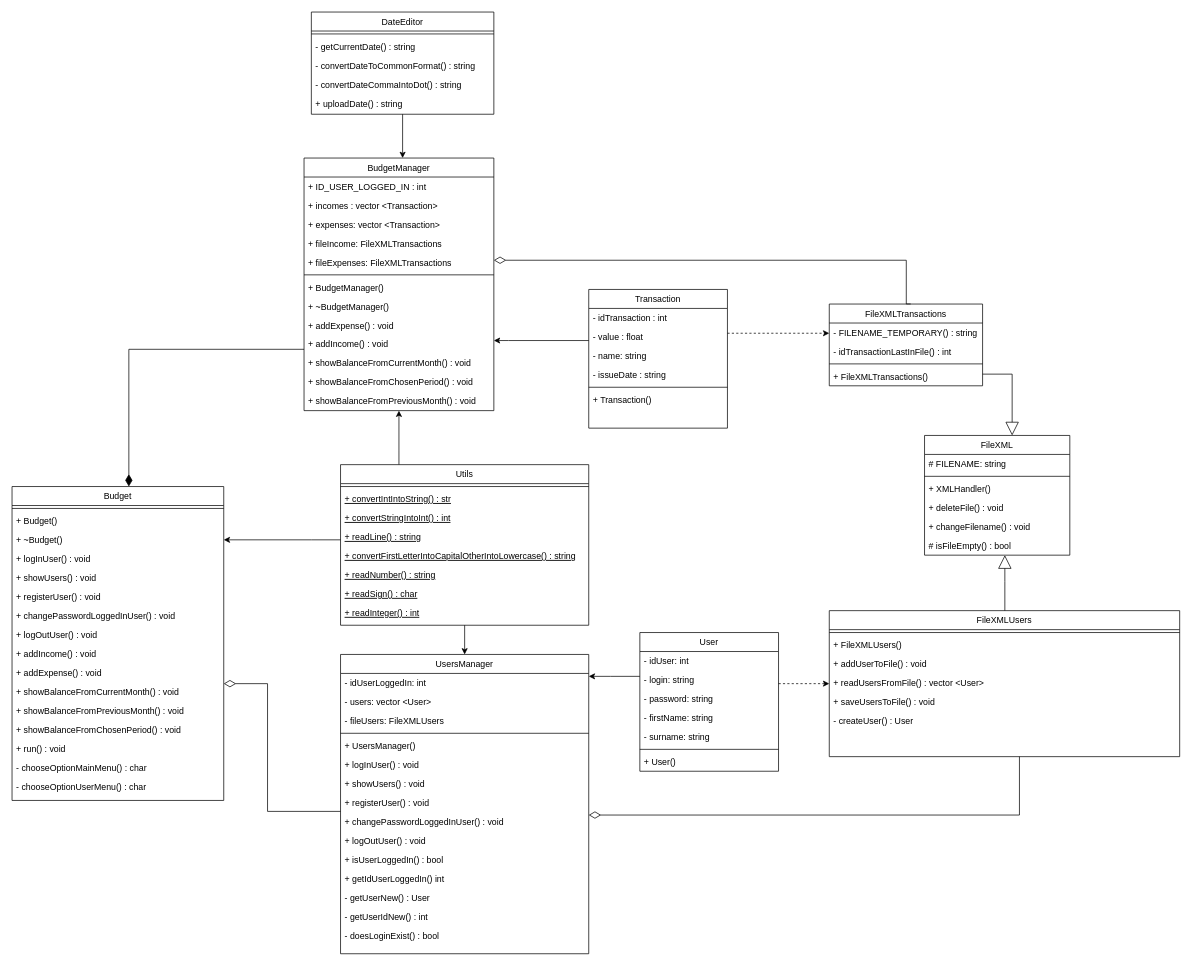
The draw.io diagram doc/uml-diagram.drawio in MichalWilczek/your-budget, before the edit. Source tidied: cells renumbered, new cells numbered last; positions are measured from the earlier drawing's top-left corner, leaving out a move shared by most shapes. Both pictures are drawn from the tidied source at 73%, with x=0, y=0 at pixel (12, 12).
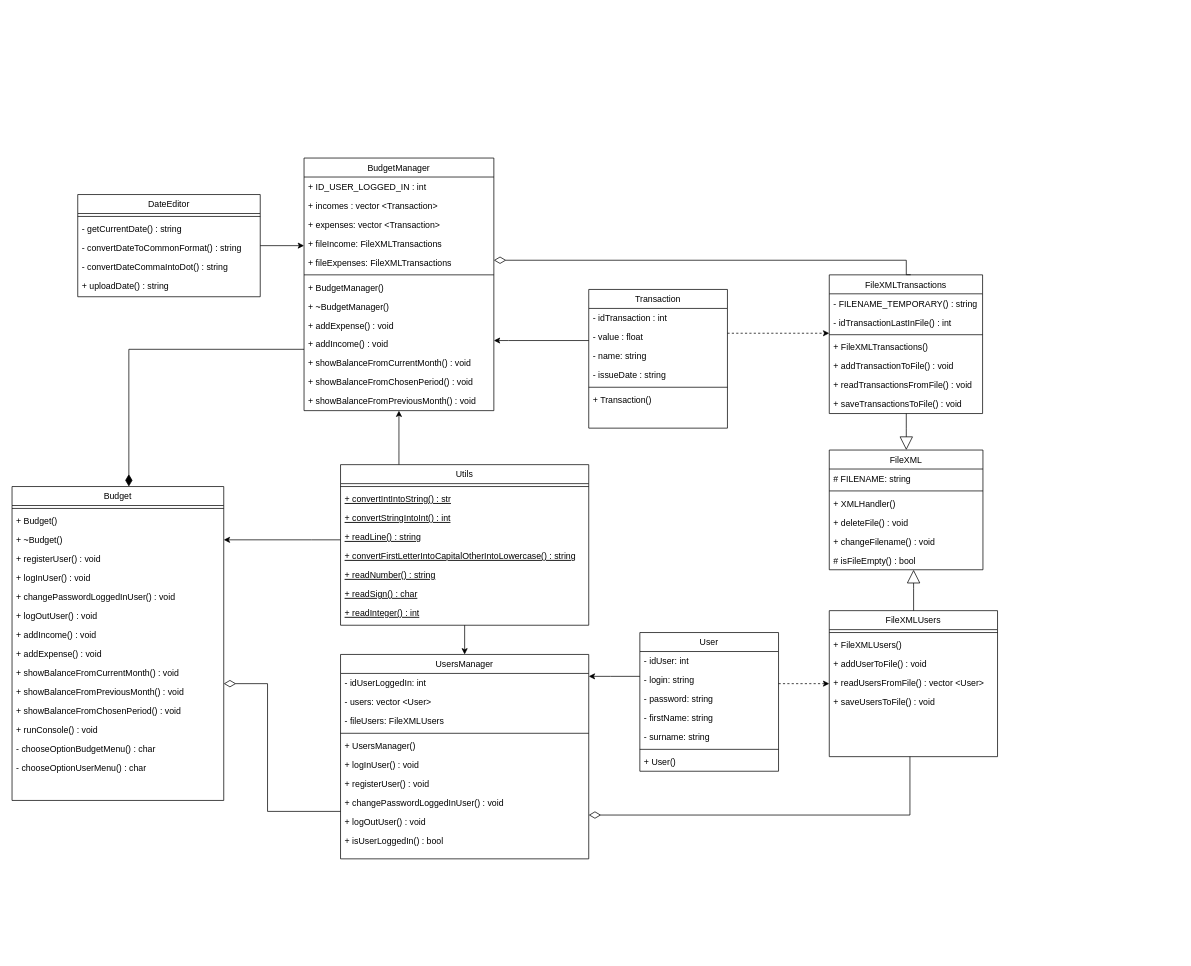
The same diagram, later.

Unchanged cells that the change refers to:
```xml
<mxCell id="56" value="Budget" style="swimlane;fontStyle=0;align=center;verticalAlign=top;horizontal=1;startSize=26;rounded=0;shadow=0;strokeWidth=1;" parent="1" vertex="1">
  <mxGeometry y="650" width="290" height="430" as="geometry" />
</mxCell>
```

Change to the diagram source:
```diff
@@
     <mxCell id="2" value="FileXMLUsers" style="swimlane;fontStyle=0;align=center;verticalAlign=top;horizontal=1;startSize=26;rounded=0;shadow=0;strokeWidth=1;" parent="1" vertex="1">
-      <mxGeometry x="1119.5" y="820" width="480" height="200" as="geometry" />
+      <mxGeometry x="1119.5" y="820" width="230.5" height="200" as="geometry" />
     </mxCell>
     <mxCell id="3" style="line;html=1;strokeWidth=1;align=left;verticalAlign=middle;spacingTop=-1;spacingLeft=3;spacingRight=3;labelPosition=right;" parent="2" vertex="1">
-      <mxGeometry y="26" width="480" height="8" as="geometry" />
+      <mxGeometry y="26" width="230.5" height="8" as="geometry" />
     </mxCell>
     <mxCell id="4" value="+ FileXMLUsers()" style="text;align=left;verticalAlign=top;spacingLeft=4;spacingRight=4;overflow=hidden;" parent="2" vertex="1">
-      <mxGeometry y="34" width="480" height="26" as="geometry" />
+      <mxGeometry y="34" width="230.5" height="26" as="geometry" />
     </mxCell>
     <mxCell id="5" value="+ addUserToFile() : void" style="text;align=left;verticalAlign=top;spacingLeft=4;spacingRight=4;overflow=hidden;" parent="2" vertex="1">
-      <mxGeometry y="60" width="480" height="26" as="geometry" />
+      <mxGeometry y="60" width="230.5" height="26" as="geometry" />
     </mxCell>
     <mxCell id="6" value="+ readUsersFromFile() : vector &lt;User&gt;" style="text;align=left;verticalAlign=top;spacingLeft=4;spacingRight=4;overflow=hidden;" parent="2" vertex="1">
-      <mxGeometry y="86" width="480" height="26" as="geometry" />
+      <mxGeometry y="86" width="230.5" height="26" as="geometry" />
     </mxCell>
     <mxCell id="7" value="+ saveUsersToFile() : void" style="text;align=left;verticalAlign=top;spacingLeft=4;spacingRight=4;overflow=hidden;" parent="2" vertex="1">
-      <mxGeometry y="112" width="480" height="26" as="geometry" />
+      <mxGeometry y="112" width="230.5" height="26" as="geometry" />
     </mxCell>
-    <mxCell id="8" value="- createUser() : User" style="text;align=left;verticalAlign=top;spacingLeft=4;spacingRight=4;overflow=hidden;" parent="2" vertex="1">
-      <mxGeometry y="138" width="480" height="26" as="geometry" />
-    </mxCell>
@@
     <mxCell id="10" style="endArrow=0;html=1;endSize=12;startArrow=diamondThin;startSize=14;startFill=0;edgeStyle=orthogonalEdgeStyle;align=left;verticalAlign=bottom;rounded=0;" parent="1" edge="1" target="2">
       <mxGeometry x="-0.68" y="-30" relative="1" as="geometry">
         <mxPoint x="790" y="1100" as="sourcePoint" />
         <Array as="points">
-          <mxPoint x="1380" y="1100" />
+          <mxPoint x="1230" y="1100" />
         </Array>
       </mxGeometry>
     </mxCell>
     <mxCell id="11" value="UsersManager" style="swimlane;fontStyle=0;align=center;verticalAlign=top;horizontal=1;startSize=26;rounded=0;shadow=0;strokeWidth=1;" parent="1" vertex="1">
-      <mxGeometry x="450" y="880" width="340" height="410" as="geometry" />
+      <mxGeometry x="450" y="880" width="340" height="280" as="geometry" />
     </mxCell>
@@
-    <mxCell id="18" value="+ showUsers() : void" style="text;align=left;verticalAlign=top;spacingLeft=4;spacingRight=4;overflow=hidden;" parent="11" vertex="1">
-      <mxGeometry y="164" width="340" height="26" as="geometry" />
-    </mxCell>
     <mxCell id="19" value="+ registerUser() : void" style="text;align=left;verticalAlign=top;spacingLeft=4;spacingRight=4;overflow=hidden;" parent="11" vertex="1">
-      <mxGeometry y="190" width="340" height="26" as="geometry" />
+      <mxGeometry y="164" width="340" height="26" as="geometry" />
     </mxCell>
     <mxCell id="20" value="+ changePasswordLoggedInUser() : void" style="text;align=left;verticalAlign=top;spacingLeft=4;spacingRight=4;overflow=hidden;" parent="11" vertex="1">
-      <mxGeometry y="216" width="340" height="26" as="geometry" />
+      <mxGeometry y="190" width="340" height="26" as="geometry" />
     </mxCell>
     <mxCell id="21" value="+ logOutUser() : void" style="text;align=left;verticalAlign=top;spacingLeft=4;spacingRight=4;overflow=hidden;" parent="11" vertex="1">
-      <mxGeometry y="242" width="340" height="26" as="geometry" />
+      <mxGeometry y="216" width="340" height="26" as="geometry" />
     </mxCell>
     <mxCell id="22" value="+ isUserLoggedIn() : bool" style="text;align=left;verticalAlign=top;spacingLeft=4;spacingRight=4;overflow=hidden;" parent="11" vertex="1">
-      <mxGeometry y="268" width="340" height="26" as="geometry" />
+      <mxGeometry y="242" width="340" height="26" as="geometry" />
     </mxCell>
-    <mxCell id="23" value="+ getIdUserLoggedIn() int" style="text;align=left;verticalAlign=top;spacingLeft=4;spacingRight=4;overflow=hidden;" parent="11" vertex="1">
-      <mxGeometry y="294" width="340" height="26" as="geometry" />
-    </mxCell>
-    <mxCell id="24" value="- getUserNew() : User" style="text;align=left;verticalAlign=top;spacingLeft=4;spacingRight=4;overflow=hidden;" parent="11" vertex="1">
-      <mxGeometry y="320" width="340" height="26" as="geometry" />
-    </mxCell>
-    <mxCell id="25" value="- getUserIdNew() : int" style="text;align=left;verticalAlign=top;spacingLeft=4;spacingRight=4;overflow=hidden;" parent="11" vertex="1">
-      <mxGeometry y="346" width="340" height="26" as="geometry" />
-    </mxCell>
-    <mxCell id="26" value="- doesLoginExist() : bool" style="text;align=left;verticalAlign=top;spacingLeft=4;spacingRight=4;overflow=hidden;" parent="11" vertex="1">
-      <mxGeometry y="372" width="340" height="26" as="geometry" />
-    </mxCell>
@@
     <mxCell id="48" value="FileXML" style="swimlane;fontStyle=0;align=center;verticalAlign=top;horizontal=1;startSize=26;rounded=0;shadow=0;strokeWidth=1;" parent="1" vertex="1">
-      <mxGeometry x="1250" y="580" width="199" height="164" as="geometry" />
+      <mxGeometry x="1119.5" y="600" width="210.5" height="164" as="geometry" />
     </mxCell>
-    <mxCell id="49" style="endArrow=block;endSize=16;endFill=0;html=1;rounded=0;edgeStyle=elbowEdgeStyle;" parent="48" edge="1" source="2">
-      <mxGeometry relative="1" as="geometry">
-        <mxPoint x="110" y="164" as="targetPoint" />
-        <Array as="points">
-          <mxPoint x="110" y="200" />
-          <mxPoint x="110" y="170" />
-          <mxPoint x="550" y="100" />
-          <mxPoint x="380" y="190" />
-        </Array>
-      </mxGeometry>
-    </mxCell>
     <mxCell id="50" value="# FILENAME: string" style="text;align=left;verticalAlign=top;spacingLeft=4;spacingRight=4;overflow=hidden;rounded=0;shadow=0;html=0;" parent="48" vertex="1">
-      <mxGeometry y="26" width="199" height="26" as="geometry" />
+      <mxGeometry y="26" width="210.5" height="26" as="geometry" />
     </mxCell>
     <mxCell id="51" style="line;html=1;strokeWidth=1;align=left;verticalAlign=middle;spacingTop=-1;spacingLeft=3;spacingRight=3;labelPosition=right;" parent="48" vertex="1">
-      <mxGeometry y="52" width="199" height="8" as="geometry" />
+      <mxGeometry y="52" width="210.5" height="8" as="geometry" />
     </mxCell>
     <mxCell id="52" value="+ XMLHandler()" style="text;align=left;verticalAlign=top;spacingLeft=4;spacingRight=4;overflow=hidden;" parent="48" vertex="1">
-      <mxGeometry y="60" width="199" height="26" as="geometry" />
+      <mxGeometry y="60" width="210.5" height="26" as="geometry" />
     </mxCell>
     <mxCell id="53" value="+ deleteFile() : void" style="text;align=left;verticalAlign=top;spacingLeft=4;spacingRight=4;overflow=hidden;" parent="48" vertex="1">
-      <mxGeometry y="86" width="199" height="26" as="geometry" />
+      <mxGeometry y="86" width="210.5" height="26" as="geometry" />
     </mxCell>
     <mxCell id="54" value="+ changeFilename() : void" style="text;align=left;verticalAlign=top;spacingLeft=4;spacingRight=4;overflow=hidden;" parent="48" vertex="1">
-      <mxGeometry y="112" width="199" height="26" as="geometry" />
+      <mxGeometry y="112" width="210.5" height="26" as="geometry" />
     </mxCell>
     <mxCell id="55" value="# isFileEmpty() : bool" style="text;align=left;verticalAlign=top;spacingLeft=4;spacingRight=4;overflow=hidden;" parent="48" vertex="1">
-      <mxGeometry y="138" width="199" height="26" as="geometry" />
+      <mxGeometry y="138" width="210.5" height="26" as="geometry" />
     </mxCell>
@@
+    <mxCell id="62" value="+ registerUser() : void" style="text;align=left;verticalAlign=top;spacingLeft=4;spacingRight=4;overflow=hidden;" parent="56" vertex="1">
+      <mxGeometry y="86" width="290" height="26" as="geometry" />
+    </mxCell>
     <mxCell id="60" value="+ logInUser() : void" style="text;align=left;verticalAlign=top;spacingLeft=4;spacingRight=4;overflow=hidden;" parent="56" vertex="1">
-      <mxGeometry y="86" width="290" height="26" as="geometry" />
+      <mxGeometry y="112" width="290" height="26" as="geometry" />
     </mxCell>
-    <mxCell id="61" value="+ showUsers() : void" style="text;align=left;verticalAlign=top;spacingLeft=4;spacingRight=4;overflow=hidden;" parent="56" vertex="1">
-      <mxGeometry y="112" width="290" height="26" as="geometry" />
-    </mxCell>
-    <mxCell id="62" value="+ registerUser() : void" style="text;align=left;verticalAlign=top;spacingLeft=4;spacingRight=4;overflow=hidden;" parent="56" vertex="1">
-      <mxGeometry y="138" width="290" height="26" as="geometry" />
-    </mxCell>
     <mxCell id="63" value="+ changePasswordLoggedInUser() : void" style="text;align=left;verticalAlign=top;spacingLeft=4;spacingRight=4;overflow=hidden;" parent="56" vertex="1">
-      <mxGeometry y="164" width="290" height="26" as="geometry" />
+      <mxGeometry y="138" width="290" height="26" as="geometry" />
     </mxCell>
     <mxCell id="64" value="+ logOutUser() : void" style="text;align=left;verticalAlign=top;spacingLeft=4;spacingRight=4;overflow=hidden;" parent="56" vertex="1">
-      <mxGeometry y="190" width="290" height="26" as="geometry" />
+      <mxGeometry y="164" width="290" height="26" as="geometry" />
     </mxCell>
     <mxCell id="65" value="+ addIncome() : void" style="text;align=left;verticalAlign=top;spacingLeft=4;spacingRight=4;overflow=hidden;" parent="56" vertex="1">
-      <mxGeometry y="216" width="290" height="26" as="geometry" />
+      <mxGeometry y="190" width="290" height="26" as="geometry" />
     </mxCell>
     <mxCell id="66" value="+ addExpense() : void" style="text;align=left;verticalAlign=top;spacingLeft=4;spacingRight=4;overflow=hidden;" parent="56" vertex="1">
-      <mxGeometry y="242" width="290" height="26" as="geometry" />
+      <mxGeometry y="216" width="290" height="26" as="geometry" />
     </mxCell>
     <mxCell id="67" value="+ showBalanceFromCurrentMonth() : void" style="text;align=left;verticalAlign=top;spacingLeft=4;spacingRight=4;overflow=hidden;" parent="56" vertex="1">
-      <mxGeometry y="268" width="290" height="26" as="geometry" />
+      <mxGeometry y="242" width="290" height="26" as="geometry" />
     </mxCell>
     <mxCell id="68" value="+ showBalanceFromPreviousMonth() : void" style="text;align=left;verticalAlign=top;spacingLeft=4;spacingRight=4;overflow=hidden;" parent="56" vertex="1">
-      <mxGeometry y="294" width="290" height="26" as="geometry" />
+      <mxGeometry y="268" width="290" height="26" as="geometry" />
     </mxCell>
     <mxCell id="69" value="+ showBalanceFromChosenPeriod() : void" style="text;align=left;verticalAlign=top;spacingLeft=4;spacingRight=4;overflow=hidden;" parent="56" vertex="1">
-      <mxGeometry y="320" width="290" height="26" as="geometry" />
+      <mxGeometry y="294" width="290" height="26" as="geometry" />
     </mxCell>
-    <mxCell id="70" value="+ run() : void" style="text;align=left;verticalAlign=top;spacingLeft=4;spacingRight=4;overflow=hidden;" parent="56" vertex="1">
-      <mxGeometry y="346" width="290" height="26" as="geometry" />
+    <mxCell id="70" value="+ runConsole() : void" style="text;align=left;verticalAlign=top;spacingLeft=4;spacingRight=4;overflow=hidden;" parent="56" vertex="1">
+      <mxGeometry y="320" width="290" height="26" as="geometry" />
     </mxCell>
-    <mxCell id="71" value="- chooseOptionMainMenu() : char" style="text;align=left;verticalAlign=top;spacingLeft=4;spacingRight=4;overflow=hidden;" parent="56" vertex="1">
-      <mxGeometry y="372" width="290" height="26" as="geometry" />
+    <mxCell id="71" value="- chooseOptionBudgetMenu() : char" style="text;align=left;verticalAlign=top;spacingLeft=4;spacingRight=4;overflow=hidden;" parent="56" vertex="1">
+      <mxGeometry y="346" width="290" height="26" as="geometry" />
     </mxCell>
     <mxCell id="72" value="- chooseOptionUserMenu() : char" style="text;align=left;verticalAlign=top;spacingLeft=4;spacingRight=4;overflow=hidden;" parent="56" vertex="1">
-      <mxGeometry y="398" width="290" height="26" as="geometry" />
+      <mxGeometry y="372" width="290" height="26" as="geometry" />
     </mxCell>
@@
     <mxCell id="89" value="DateEditor" style="swimlane;fontStyle=0;align=center;verticalAlign=top;horizontal=1;startSize=26;rounded=0;shadow=0;strokeWidth=1;" parent="1" vertex="1">
-      <mxGeometry x="410" width="250" height="140" as="geometry" />
+      <mxGeometry x="90" y="250" width="250" height="140" as="geometry" />
     </mxCell>
@@
     <mxCell id="104" value="FileXMLTransactions" style="swimlane;fontStyle=0;align=center;verticalAlign=top;horizontal=1;startSize=26;rounded=0;shadow=0;strokeWidth=1;" parent="1" vertex="1">
-      <mxGeometry x="1119.5" y="400" width="210" height="112" as="geometry" />
+      <mxGeometry x="1119.5" y="360" width="210" height="190" as="geometry" />
     </mxCell>
@@
+    <mxCell id="112" value="+ addTransactionToFile() : void" style="text;align=left;verticalAlign=top;spacingLeft=4;spacingRight=4;overflow=hidden;" parent="104" vertex="1">
+      <mxGeometry y="112" width="210" height="26" as="geometry" />
+    </mxCell>
+    <mxCell id="113" value="+ readTransactionsFromFile() : void" style="text;align=left;verticalAlign=top;spacingLeft=4;spacingRight=4;overflow=hidden;" parent="104" vertex="1">
+      <mxGeometry y="138" width="210" height="26" as="geometry" />
+    </mxCell>
+    <mxCell id="114" value="+ saveTransactionsToFile() : void" style="text;align=left;verticalAlign=top;spacingLeft=4;spacingRight=4;overflow=hidden;" parent="104" vertex="1">
+      <mxGeometry y="164" width="210" height="26" as="geometry" />
+    </mxCell>
     <mxCell id="109" style="endArrow=block;endSize=16;endFill=0;html=1;rounded=0;edgeStyle=elbowEdgeStyle;" parent="1" edge="1" source="104" target="48">
       <mxGeometry relative="1" as="geometry">
         <Array as="points">
+          <mxPoint x="1225" y="570" />
+          <mxPoint x="1360" y="490" />
+          <mxPoint x="1350" y="460" />
           <mxPoint x="1370" y="496" />
           <mxPoint x="1370" y="466" />
           <mxPoint x="1810" y="396" />
           <mxPoint x="1640" y="486" />
         </Array>
       </mxGeometry>
     </mxCell>
@@
+    <mxCell id="49" style="endArrow=block;endSize=16;endFill=0;html=1;rounded=0;edgeStyle=elbowEdgeStyle;" parent="1" edge="1" source="2" target="48">
+      <mxGeometry relative="1" as="geometry">
+        <Array as="points">
+          <mxPoint x="1235" y="790" />
+          <mxPoint x="1360" y="790" />
+          <mxPoint x="1370" y="760" />
+          <mxPoint x="1810" y="690" />
+          <mxPoint x="1640" y="780" />
+        </Array>
+      </mxGeometry>
+    </mxCell>
```
